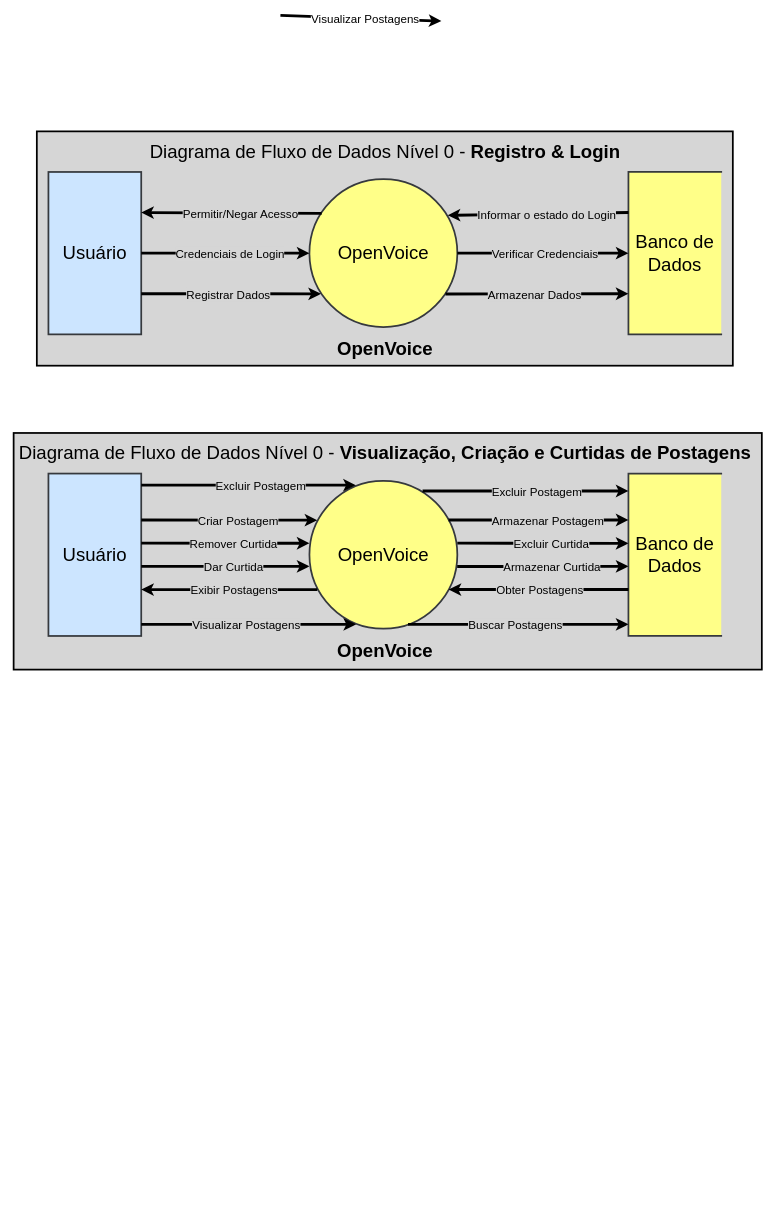
Before: misc/diagramas/Diagrama de Fluxo de Dados Nível 0.drawio in VerbalThree/OpenVoice, a draw.io diagram. Source tidied: cells renumbered, new cells numbered last; positions are measured from the earlier drawing's top-left corner, leaving out a move shared by most shapes. Both pictures are drawn from the tidied source at 58%, with x=0, y=0 at pixel (13, 15).
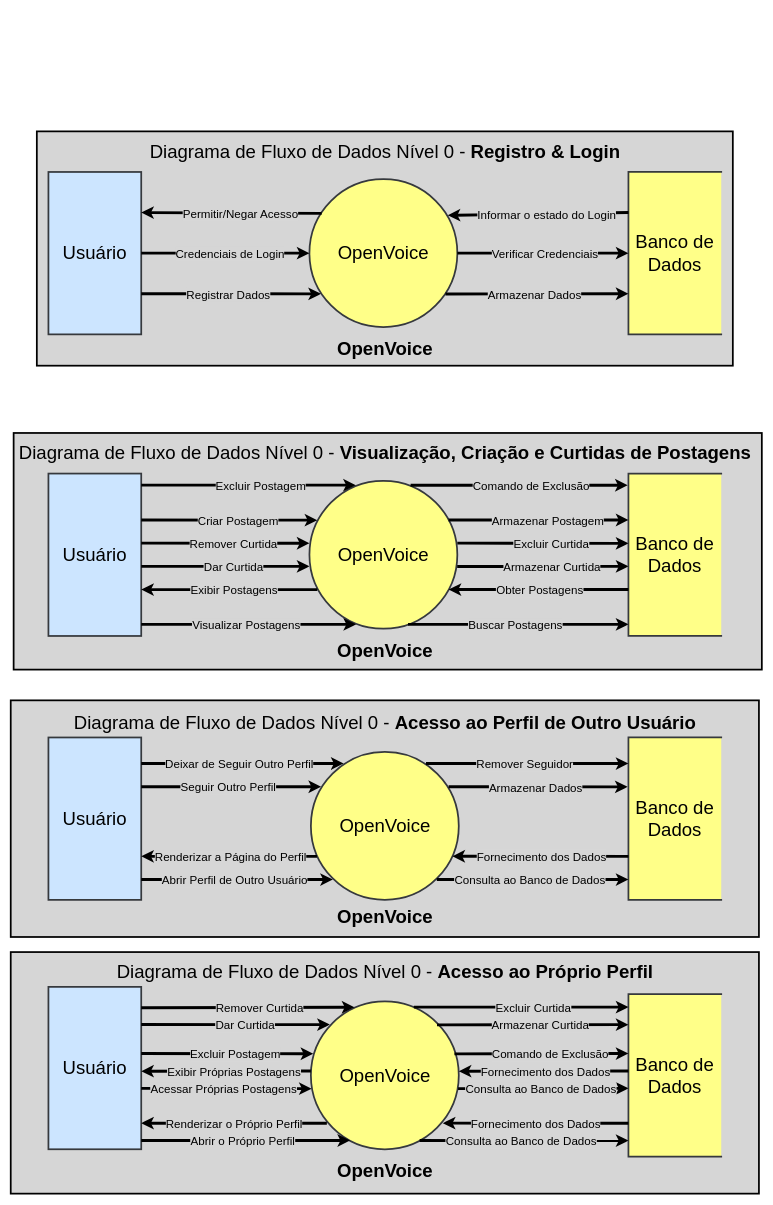
The same diagram, later.

The change refers to these unchanged cells:
```xml
<mxCell id="23" value="d" style="group;" parent="1" vertex="1">
  <mxGeometry x="40" y="720" width="1250" height="408" as="geometry" />
</mxCell>
<mxCell id="25" value="&lt;font style=&quot;font-size: 32px;&quot;&gt;OpenVoice&lt;br&gt;&lt;/font&gt;" style="ellipse;whiteSpace=wrap;html=1;strokeWidth=3;fillColor=#ffff88;strokeColor=#36393d;" parent="23" vertex="1">
  <mxGeometry x="470" y="82.5" width="255" height="255" as="geometry" />
</mxCell>
<mxCell id="27" value="&lt;font style=&quot;font-size: 32px;&quot;&gt;Banco de Dados&lt;br&gt;&lt;/font&gt;" style="html=1;dashed=0;whiteSpace=wrap;shape=partialRectangle;right=0;strokeWidth=3;fillColor=#ffff88;strokeColor=#36393d;" parent="23" vertex="1">
  <mxGeometry x="1020" y="70" width="160" height="280" as="geometry" />
</mxCell>
```

What changed in the source:
```diff
@@
-    <mxCell id="2" style="endArrow=classic;html=1;rounded=0;strokeWidth=5;endFill=1;exitX=1;exitY=0.688;exitDx=0;exitDy=0;exitPerimeter=0;entryX=0.025;entryY=0.675;entryDx=0;entryDy=0;entryPerimeter=0;" parent="1" edge="1">
-      <mxGeometry relative="1" as="geometry">
-        <mxPoint x="460" as="sourcePoint" />
-        <mxPoint x="737.5" y="9.9" as="targetPoint" />
-      </mxGeometry>
-    </mxCell>
-    <mxCell id="3" value="&lt;font style=&quot;font-size: 20px;&quot;&gt;Visualizar Postagens&lt;br&gt;&lt;/font&gt;" style="edgeLabel;html=1;align=center;verticalAlign=middle;" parent="2" vertex="1">
-      <mxGeometry x="0.05" y="1" relative="1" as="geometry" />
-    </mxCell>
@@
-    <mxCell id="52" style="endArrow=none;html=1;rounded=0;strokeWidth=5;endFill=0;startArrow=classic;startFill=1;entryX=0.765;entryY=0.069;entryDx=0;entryDy=0;entryPerimeter=0;" parent="23" edge="1" target="25">
-      <mxGeometry relative="1" as="geometry">
-        <mxPoint x="1020" y="100" as="sourcePoint" />
-      </mxGeometry>
+    <mxCell id="52" style="endArrow=none;html=1;rounded=0;strokeWidth=5;endFill=0;startArrow=classic;startFill=1;exitX=-0.008;exitY=0.072;exitDx=0;exitDy=0;exitPerimeter=0;entryX=0.684;entryY=0.03;entryDx=0;entryDy=0;entryPerimeter=0;" parent="23" edge="1" source="27" target="25">
+      <mxGeometry relative="1" as="geometry" />
     </mxCell>
-    <mxCell id="53" value="&lt;font style=&quot;font-size: 20px;&quot;&gt;Excluir Postagem&lt;br&gt;&lt;/font&gt;" style="edgeLabel;html=1;align=center;verticalAlign=middle;labelBackgroundColor=#d6d6d6;" parent="52" vertex="1">
+    <mxCell id="53" value="&lt;font style=&quot;font-size: 20px;&quot;&gt;Comando de Exclusão&lt;br&gt;&lt;/font&gt;" style="edgeLabel;html=1;align=center;verticalAlign=middle;labelBackgroundColor=#d6d6d6;" parent="52" vertex="1">
       <mxGeometry x="-0.16" relative="1" as="geometry">
         <mxPoint x="-10" as="offset" />
       </mxGeometry>
     </mxCell>
@@
+    <mxCell id="55" style="group;" parent="1" vertex="1">
+      <mxGeometry x="60" y="1245" width="1225" height="344" as="geometry" />
+    </mxCell>
+    <mxCell id="56" style="rounded=0;whiteSpace=wrap;html=1;font-weight:bold;strokeWidth=3;perimeterSpacing=0;fillColor=#D6D6D6;fillStyle=solid;" parent="55" vertex="1">
+      <mxGeometry x="-65" y="-64" width="1290" height="408" as="geometry" />
+    </mxCell>
+    <mxCell id="57" value="&lt;font style=&quot;font-size: 32px;&quot;&gt;OpenVoice&lt;br&gt;&lt;/font&gt;" style="ellipse;whiteSpace=wrap;html=1;strokeWidth=3;fillColor=#ffff88;strokeColor=#36393d;" parent="55" vertex="1">
+      <mxGeometry x="452.5" y="25" width="255" height="255" as="geometry" />
+    </mxCell>
+    <mxCell id="58" value="&lt;font style=&quot;font-size: 32px;&quot;&gt;Usuário&lt;/font&gt;" style="html=1;dashed=0;whiteSpace=wrap;strokeWidth=3;fillColor=#cce5ff;strokeColor=#36393d;" parent="55" vertex="1">
+      <mxGeometry width="160" height="280" as="geometry" />
+    </mxCell>
+    <mxCell id="59" value="&lt;font style=&quot;font-size: 32px;&quot;&gt;Banco de Dados&lt;br&gt;&lt;/font&gt;" style="html=1;dashed=0;whiteSpace=wrap;shape=partialRectangle;right=0;strokeWidth=3;fillColor=#ffff88;strokeColor=#36393d;" parent="55" vertex="1">
+      <mxGeometry x="1000" width="160" height="280" as="geometry" />
+    </mxCell>
+    <mxCell id="60" value="&amp;nbsp;" style="endArrow=classic;html=1;rounded=0;strokeWidth=5;startArrow=none;startFill=0;endFill=1;" parent="55" edge="1">
+      <mxGeometry relative="1" as="geometry">
+        <mxPoint x="160" y="245" as="sourcePoint" />
+        <mxPoint x="490.4" y="245" as="targetPoint" />
+      </mxGeometry>
+    </mxCell>
+    <mxCell id="61" value="&lt;font style=&quot;font-size: 20px;&quot;&gt;Abrir Perfil de Outro Usuário &lt;br&gt;&lt;/font&gt;" style="edgeLabel;html=1;align=center;verticalAlign=middle;labelBackgroundColor=#d6d6d6;" parent="60" vertex="1">
+      <mxGeometry x="-0.03" relative="1" as="geometry" />
+    </mxCell>
+    <mxCell id="62" value="&amp;nbsp;" style="endArrow=classic;html=1;rounded=0;strokeWidth=5;startArrow=none;startFill=0;endFill=1;" parent="55" edge="1">
+      <mxGeometry relative="1" as="geometry">
+        <mxPoint x="669.6" y="245" as="sourcePoint" />
+        <mxPoint x="1000" y="245" as="targetPoint" />
+      </mxGeometry>
+    </mxCell>
+    <mxCell id="63" value="&lt;font style=&quot;font-size: 20px;&quot;&gt;Consulta ao Banco de Dados&lt;br&gt;&lt;/font&gt;" style="edgeLabel;html=1;align=center;verticalAlign=middle;labelBackgroundColor=#d6d6d6;" parent="62" vertex="1">
+      <mxGeometry x="-0.03" relative="1" as="geometry" />
+    </mxCell>
+    <mxCell id="64" value="&amp;nbsp;" style="endArrow=none;html=1;rounded=0;strokeWidth=5;endFill=0;startArrow=classic;startFill=1;exitX=0.957;exitY=0.705;exitDx=0;exitDy=0;exitPerimeter=0;" parent="55" edge="1" source="57">
+      <mxGeometry relative="1" as="geometry">
+        <mxPoint x="1000" y="205" as="targetPoint" />
+      </mxGeometry>
+    </mxCell>
+    <mxCell id="65" value="&lt;font style=&quot;font-size: 20px;&quot;&gt;Fornecimento dos Dados&lt;br&gt;&lt;/font&gt;" style="edgeLabel;html=1;align=center;verticalAlign=middle;labelBackgroundColor=#d6d6d6;" parent="64" vertex="1">
+      <mxGeometry x="-0.16" relative="1" as="geometry">
+        <mxPoint x="26" as="offset" />
+      </mxGeometry>
+    </mxCell>
+    <mxCell id="66" value="&amp;nbsp;" style="endArrow=none;html=1;rounded=0;strokeWidth=5;endFill=0;startArrow=classic;startFill=1;exitX=0.957;exitY=0.705;exitDx=0;exitDy=0;exitPerimeter=0;" parent="55" edge="1">
+      <mxGeometry relative="1" as="geometry">
+        <mxPoint x="160" y="205" as="sourcePoint" />
+        <mxPoint x="463" y="205" as="targetPoint" />
+      </mxGeometry>
+    </mxCell>
+    <mxCell id="67" value="&lt;font style=&quot;font-size: 20px;&quot;&gt;Renderizar a Página do Perfil&lt;br&gt;&lt;/font&gt;" style="edgeLabel;html=1;align=center;verticalAlign=middle;labelBackgroundColor=#d6d6d6;" parent="66" vertex="1">
+      <mxGeometry x="-0.16" relative="1" as="geometry">
+        <mxPoint x="26" as="offset" />
+      </mxGeometry>
+    </mxCell>
+    <mxCell id="68" value="&amp;nbsp;" style="endArrow=classic;html=1;rounded=0;strokeWidth=5;startArrow=none;startFill=0;endFill=1;entryX=0.069;entryY=0.235;entryDx=0;entryDy=0;entryPerimeter=0;" parent="55" edge="1" target="57">
+      <mxGeometry relative="1" as="geometry">
+        <mxPoint x="160" y="85" as="sourcePoint" />
+      </mxGeometry>
+    </mxCell>
+    <mxCell id="69" value="&lt;font style=&quot;font-size: 20px;&quot;&gt;Seguir Outro Perfil&lt;br&gt;&lt;/font&gt;" style="edgeLabel;html=1;align=center;verticalAlign=middle;labelBackgroundColor=#d6d6d6;" parent="68" vertex="1">
+      <mxGeometry x="-0.03" relative="1" as="geometry" />
+    </mxCell>
+    <mxCell id="70" value="&amp;nbsp;" style="endArrow=classic;html=1;rounded=0;strokeWidth=5;startArrow=none;startFill=0;endFill=1;entryX=-0.009;entryY=0.304;entryDx=0;entryDy=0;entryPerimeter=0;" parent="55" edge="1" target="59">
+      <mxGeometry relative="1" as="geometry">
+        <mxPoint x="690" y="85" as="sourcePoint" />
+      </mxGeometry>
+    </mxCell>
+    <mxCell id="71" value="&lt;font style=&quot;font-size: 20px;&quot;&gt;Armazenar Dados&lt;br&gt;&lt;/font&gt;" style="edgeLabel;html=1;align=center;verticalAlign=middle;labelBackgroundColor=#d6d6d6;" parent="70" vertex="1">
+      <mxGeometry x="-0.03" relative="1" as="geometry" />
+    </mxCell>
+    <mxCell id="72" value="&amp;nbsp;" style="endArrow=classic;html=1;rounded=0;strokeWidth=5;startArrow=none;startFill=0;endFill=1;entryX=0.221;entryY=0.078;entryDx=0;entryDy=0;entryPerimeter=0;" parent="55" edge="1" target="57">
+      <mxGeometry relative="1" as="geometry">
+        <mxPoint x="160" y="45" as="sourcePoint" />
+      </mxGeometry>
+    </mxCell>
+    <mxCell id="73" value="&lt;font style=&quot;font-size: 20px;&quot;&gt;Deixar de Seguir Outro Perfil&lt;br&gt;&lt;/font&gt;" style="edgeLabel;html=1;align=center;verticalAlign=middle;labelBackgroundColor=#d6d6d6;" parent="72" vertex="1">
+      <mxGeometry x="-0.03" relative="1" as="geometry" />
+    </mxCell>
+    <mxCell id="74" value="&amp;nbsp;" style="endArrow=classic;html=1;rounded=0;strokeWidth=5;startArrow=none;startFill=0;endFill=1;entryX=0.221;entryY=0.078;entryDx=0;entryDy=0;entryPerimeter=0;" parent="55" edge="1">
+      <mxGeometry relative="1" as="geometry">
+        <mxPoint x="651" y="45" as="sourcePoint" />
+        <mxPoint x="1000" y="45" as="targetPoint" />
+      </mxGeometry>
+    </mxCell>
+    <mxCell id="75" value="&lt;font style=&quot;font-size: 20px;&quot;&gt;Remover Seguidor&lt;br&gt;&lt;/font&gt;" style="edgeLabel;html=1;align=center;verticalAlign=middle;labelBackgroundColor=#d6d6d6;" parent="74" vertex="1">
+      <mxGeometry x="-0.03" relative="1" as="geometry" />
+    </mxCell>
+    <mxCell id="76" value="&lt;b&gt;&lt;font style=&quot;font-size: 32px;&quot;&gt;OpenVoice&lt;/font&gt;&lt;/b&gt;" style="text;html=1;align=center;verticalAlign=middle;strokeColor=none;fillColor=none;" parent="55" vertex="1">
+      <mxGeometry x="485" y="285" width="190" height="50" as="geometry" />
+    </mxCell>
+    <mxCell id="77" value="&lt;font style=&quot;font-size: 32px;&quot;&gt;Diagrama de Fluxo de Dados Nível 0 - &lt;b&gt;Acesso ao Perfil de Outro Usuário&lt;br&gt;&lt;/b&gt;&lt;/font&gt;" style="text;html=1;align=center;verticalAlign=middle;strokeColor=none;fillColor=none;" parent="1" vertex="1">
+      <mxGeometry x="95" y="1195" width="1090" height="50" as="geometry" />
+    </mxCell>
+    <mxCell id="78" style="group;" parent="1" vertex="1">
+      <mxGeometry x="60" y="1675" width="1225" height="356.5" as="geometry" />
+    </mxCell>
+    <mxCell id="79" style="rounded=0;whiteSpace=wrap;html=1;font-weight:bold;strokeWidth=3;perimeterSpacing=0;fillColor=#D6D6D6;fillStyle=solid;" parent="78" vertex="1">
+      <mxGeometry x="-65" y="-60" width="1290" height="416.5" as="geometry" />
+    </mxCell>
+    <mxCell id="80" value="&lt;font style=&quot;font-size: 32px;&quot;&gt;OpenVoice&lt;br&gt;&lt;/font&gt;" style="ellipse;whiteSpace=wrap;html=1;strokeWidth=3;fillColor=#ffff88;strokeColor=#36393d;" parent="78" vertex="1">
+      <mxGeometry x="452.5" y="25" width="255" height="255" as="geometry" />
+    </mxCell>
+    <mxCell id="81" value="&lt;font style=&quot;font-size: 32px;&quot;&gt;Usuário&lt;/font&gt;" style="html=1;dashed=0;whiteSpace=wrap;strokeWidth=3;fillColor=#cce5ff;strokeColor=#36393d;" parent="78" vertex="1">
+      <mxGeometry width="160" height="280" as="geometry" />
+    </mxCell>
+    <mxCell id="82" value="&lt;font style=&quot;font-size: 32px;&quot;&gt;Banco de Dados&lt;br&gt;&lt;/font&gt;" style="html=1;dashed=0;whiteSpace=wrap;shape=partialRectangle;right=0;strokeWidth=3;fillColor=#ffff88;strokeColor=#36393d;" parent="78" vertex="1">
+      <mxGeometry x="1000" y="12.5" width="160" height="280" as="geometry" />
+    </mxCell>
+    <mxCell id="83" value="&amp;nbsp;" style="endArrow=classic;html=1;rounded=0;strokeWidth=5;startArrow=none;startFill=0;endFill=1;entryX=0.265;entryY=0.941;entryDx=0;entryDy=0;entryPerimeter=0;" parent="78" edge="1" target="80">
+      <mxGeometry relative="1" as="geometry">
+        <mxPoint x="160" y="265" as="sourcePoint" />
+      </mxGeometry>
+    </mxCell>
+    <mxCell id="84" value="&lt;font style=&quot;font-size: 20px;&quot;&gt;Abrir o Próprio Perfil&lt;br&gt;&lt;/font&gt;" style="edgeLabel;html=1;align=center;verticalAlign=middle;labelBackgroundColor=#d6d6d6;" parent="83" vertex="1">
+      <mxGeometry x="-0.03" relative="1" as="geometry" />
+    </mxCell>
+    <mxCell id="85" value="&amp;nbsp;" style="endArrow=classic;html=1;rounded=0;strokeWidth=5;startArrow=none;startFill=0;endFill=1;entryX=0;entryY=0.902;entryDx=0;entryDy=0;entryPerimeter=0;" parent="78" edge="1" target="82">
+      <mxGeometry relative="1" as="geometry">
+        <mxPoint x="640" y="265" as="sourcePoint" />
+      </mxGeometry>
+    </mxCell>
+    <mxCell id="86" value="&lt;font style=&quot;font-size: 20px;&quot;&gt;Consulta ao Banco de Dados&lt;br&gt;&lt;/font&gt;" style="edgeLabel;html=1;align=center;verticalAlign=middle;labelBackgroundColor=#d6d6d6;" parent="85" vertex="1">
+      <mxGeometry x="-0.03" relative="1" as="geometry" />
+    </mxCell>
+    <mxCell id="87" value="&amp;nbsp;" style="endArrow=none;html=1;rounded=0;strokeWidth=5;endFill=0;startArrow=classic;startFill=1;exitX=0.931;exitY=0.745;exitDx=0;exitDy=0;exitPerimeter=0;entryX=0;entryY=0.795;entryDx=0;entryDy=0;entryPerimeter=0;" parent="78" edge="1" target="82">
+      <mxGeometry relative="1" as="geometry">
+        <mxPoint x="680" y="235" as="sourcePoint" />
+      </mxGeometry>
+    </mxCell>
+    <mxCell id="88" value="&lt;font style=&quot;font-size: 20px;&quot;&gt;Fornecimento dos Dados&lt;br&gt;&lt;/font&gt;" style="edgeLabel;html=1;align=center;verticalAlign=middle;labelBackgroundColor=#d6d6d6;" parent="87" vertex="1">
+      <mxGeometry x="-0.16" relative="1" as="geometry">
+        <mxPoint x="26" as="offset" />
+      </mxGeometry>
+    </mxCell>
+    <mxCell id="89" value="&amp;nbsp;" style="endArrow=none;html=1;rounded=0;strokeWidth=5;endFill=0;startArrow=classic;startFill=1;exitX=0.957;exitY=0.705;exitDx=0;exitDy=0;exitPerimeter=0;entryX=0.108;entryY=0.824;entryDx=0;entryDy=0;entryPerimeter=0;" parent="78" edge="1" target="80">
+      <mxGeometry relative="1" as="geometry">
+        <mxPoint x="160" y="235" as="sourcePoint" />
+      </mxGeometry>
+    </mxCell>
+    <mxCell id="90" value="&lt;font style=&quot;font-size: 20px;&quot;&gt;Renderizar o Próprio Perfil&lt;br&gt;&lt;/font&gt;" style="edgeLabel;html=1;align=center;verticalAlign=middle;labelBackgroundColor=#d6d6d6;" parent="89" vertex="1">
+      <mxGeometry x="-0.16" relative="1" as="geometry">
+        <mxPoint x="26" as="offset" />
+      </mxGeometry>
+    </mxCell>
+    <mxCell id="91" value="&amp;nbsp;" style="endArrow=classic;html=1;rounded=0;strokeWidth=5;startArrow=none;startFill=0;endFill=1;entryX=0.005;entryY=0.59;entryDx=0;entryDy=0;entryPerimeter=0;" parent="78" edge="1" target="80">
+      <mxGeometry relative="1" as="geometry">
+        <mxPoint x="160" y="175" as="sourcePoint" />
+      </mxGeometry>
+    </mxCell>
+    <mxCell id="92" value="&lt;font style=&quot;font-size: 20px;&quot;&gt;Acessar Próprias Postagens&lt;br&gt;&lt;/font&gt;" style="edgeLabel;html=1;align=center;verticalAlign=middle;labelBackgroundColor=#d6d6d6;" parent="91" vertex="1">
+      <mxGeometry x="-0.03" relative="1" as="geometry" />
+    </mxCell>
+    <mxCell id="93" value="&amp;nbsp;" style="endArrow=classic;html=1;rounded=0;strokeWidth=5;startArrow=none;startFill=0;endFill=1;exitX=0.995;exitY=0.59;exitDx=0;exitDy=0;exitPerimeter=0;" parent="78" edge="1" source="80">
+      <mxGeometry relative="1" as="geometry">
+        <mxPoint x="1000" y="175" as="targetPoint" />
+      </mxGeometry>
+    </mxCell>
+    <mxCell id="94" value="&lt;font style=&quot;font-size: 20px;&quot;&gt;Consulta ao Banco de Dados&lt;br&gt;&lt;/font&gt;" style="edgeLabel;html=1;align=center;verticalAlign=middle;labelBackgroundColor=#d6d6d6;" parent="93" vertex="1">
+      <mxGeometry x="-0.03" relative="1" as="geometry" />
+    </mxCell>
+    <mxCell id="95" value="&amp;nbsp;" style="endArrow=none;html=1;rounded=0;strokeWidth=5;endFill=0;startArrow=classic;startFill=1;exitX=1;exitY=0.5;exitDx=0;exitDy=0;" parent="78" edge="1">
+      <mxGeometry relative="1" as="geometry">
+        <mxPoint x="707.5" y="145.4" as="sourcePoint" />
+        <mxPoint x="1000" y="145" as="targetPoint" />
+      </mxGeometry>
+    </mxCell>
+    <mxCell id="96" value="&lt;font style=&quot;font-size: 20px;&quot;&gt;Fornecimento dos Dados&lt;br&gt;&lt;/font&gt;" style="edgeLabel;html=1;align=center;verticalAlign=middle;labelBackgroundColor=#d6d6d6;" parent="95" vertex="1">
+      <mxGeometry x="-0.16" relative="1" as="geometry">
+        <mxPoint x="26" as="offset" />
+      </mxGeometry>
+    </mxCell>
+    <mxCell id="97" value="&amp;nbsp;" style="endArrow=none;html=1;rounded=0;strokeWidth=5;endFill=0;startArrow=classic;startFill=1;exitX=1;exitY=0.5;exitDx=0;exitDy=0;" parent="78" edge="1">
+      <mxGeometry relative="1" as="geometry">
+        <mxPoint x="160" y="145.4" as="sourcePoint" />
+        <mxPoint x="452.5" y="145" as="targetPoint" />
+      </mxGeometry>
+    </mxCell>
+    <mxCell id="98" value="&lt;font style=&quot;font-size: 20px;&quot;&gt;Exibir Próprias Postagens&lt;br&gt;&lt;/font&gt;" style="edgeLabel;html=1;align=center;verticalAlign=middle;labelBackgroundColor=#d6d6d6;" parent="97" vertex="1">
+      <mxGeometry x="-0.16" relative="1" as="geometry">
+        <mxPoint x="37" as="offset" />
+      </mxGeometry>
+    </mxCell>
+    <mxCell id="99" style="endArrow=none;html=1;rounded=0;strokeWidth=5;endFill=0;startArrow=classic;startFill=1;exitX=0.016;exitY=0.354;exitDx=0;exitDy=0;exitPerimeter=0;" parent="78" edge="1" source="80">
+      <mxGeometry relative="1" as="geometry">
+        <mxPoint x="160" y="115" as="targetPoint" />
+      </mxGeometry>
+    </mxCell>
+    <mxCell id="100" value="&lt;font style=&quot;font-size: 20px;&quot;&gt;Excluir Postagem&lt;br&gt;&lt;/font&gt;" style="edgeLabel;html=1;align=center;verticalAlign=middle;labelBackgroundColor=#d6d6d6;" parent="99" vertex="1">
+      <mxGeometry x="-0.16" relative="1" as="geometry">
+        <mxPoint x="-10" as="offset" />
+      </mxGeometry>
+    </mxCell>
+    <mxCell id="101" style="endArrow=none;html=1;rounded=0;strokeWidth=5;endFill=0;startArrow=classic;startFill=1;entryX=0.99;entryY=0.394;entryDx=0;entryDy=0;entryPerimeter=0;exitX=0;exitY=0.366;exitDx=0;exitDy=0;exitPerimeter=0;" parent="78" edge="1" source="82">
+      <mxGeometry relative="1" as="geometry">
+        <mxPoint x="700" y="115.5" as="targetPoint" />
+      </mxGeometry>
+    </mxCell>
+    <mxCell id="102" value="&lt;font style=&quot;font-size: 20px;&quot;&gt;Comando de Exclusão&lt;br&gt;&lt;/font&gt;" style="edgeLabel;html=1;align=center;verticalAlign=middle;labelBackgroundColor=#d6d6d6;" parent="101" vertex="1">
+      <mxGeometry x="-0.16" relative="1" as="geometry">
+        <mxPoint x="-10" as="offset" />
+      </mxGeometry>
+    </mxCell>
+    <mxCell id="103" style="endArrow=none;html=1;rounded=0;strokeWidth=5;endFill=0;startArrow=classic;startFill=1;exitX=0.128;exitY=0.157;exitDx=0;exitDy=0;exitPerimeter=0;" parent="78" edge="1" source="80">
+      <mxGeometry relative="1" as="geometry">
+        <mxPoint x="160" y="65" as="targetPoint" />
+      </mxGeometry>
+    </mxCell>
+    <mxCell id="104" value="&lt;font style=&quot;font-size: 20px;&quot;&gt;Dar Curtida&lt;br&gt;&lt;/font&gt;" style="edgeLabel;html=1;align=center;verticalAlign=middle;labelBackgroundColor=#d6d6d6;" parent="103" vertex="1">
+      <mxGeometry x="-0.16" relative="1" as="geometry">
+        <mxPoint x="-10" as="offset" />
+      </mxGeometry>
+    </mxCell>
+    <mxCell id="105" style="endArrow=classic;html=1;rounded=0;strokeWidth=5;endFill=1;startArrow=none;startFill=0;entryX=0;entryY=0.188;entryDx=0;entryDy=0;entryPerimeter=0;exitX=0.95;exitY=0.277;exitDx=0;exitDy=0;exitPerimeter=0;" parent="78" edge="1" target="82">
+      <mxGeometry relative="1" as="geometry">
+        <mxPoint x="670" y="65.5" as="sourcePoint" />
+      </mxGeometry>
+    </mxCell>
+    <mxCell id="106" value="&lt;font style=&quot;font-size: 20px;&quot;&gt;Armazenar Curtida&lt;br&gt;&lt;/font&gt;" style="edgeLabel;html=1;align=center;verticalAlign=middle;labelBackgroundColor=#d6d6d6;" parent="105" vertex="1">
+      <mxGeometry x="-0.16" relative="1" as="geometry">
+        <mxPoint x="39" as="offset" />
+      </mxGeometry>
+    </mxCell>
+    <mxCell id="107" style="endArrow=none;html=1;rounded=0;strokeWidth=5;endFill=0;startArrow=classic;startFill=1;exitX=0.304;exitY=0.039;exitDx=0;exitDy=0;exitPerimeter=0;" parent="78" edge="1">
+      <mxGeometry relative="1" as="geometry">
+        <mxPoint x="527.5" y="35" as="sourcePoint" />
+        <mxPoint x="160" y="36" as="targetPoint" />
+      </mxGeometry>
+    </mxCell>
+    <mxCell id="108" value="&lt;font style=&quot;font-size: 20px;&quot;&gt;Remover Curtida&lt;br&gt;&lt;/font&gt;" style="edgeLabel;html=1;align=center;verticalAlign=middle;labelBackgroundColor=#d6d6d6;" parent="107" vertex="1">
+      <mxGeometry x="-0.16" relative="1" as="geometry">
+        <mxPoint x="-10" as="offset" />
+      </mxGeometry>
+    </mxCell>
+    <mxCell id="109" style="endArrow=none;html=1;rounded=0;strokeWidth=5;endFill=0;startArrow=classic;startFill=1;exitX=0;exitY=0.08;exitDx=0;exitDy=0;exitPerimeter=0;" parent="78" edge="1" source="82">
+      <mxGeometry relative="1" as="geometry">
+        <mxPoint x="630" y="35" as="targetPoint" />
+      </mxGeometry>
+    </mxCell>
+    <mxCell id="110" value="&lt;font style=&quot;font-size: 20px;&quot;&gt;Excluir&lt;/font&gt;&lt;font style=&quot;font-size: 20px;&quot;&gt; Curtida&lt;br&gt;&lt;/font&gt;" style="edgeLabel;html=1;align=center;verticalAlign=middle;labelBackgroundColor=#d6d6d6;" parent="109" vertex="1">
+      <mxGeometry x="-0.16" relative="1" as="geometry">
+        <mxPoint x="-10" as="offset" />
+      </mxGeometry>
+    </mxCell>
+    <mxCell id="111" value="&lt;b&gt;&lt;font style=&quot;font-size: 32px;&quot;&gt;OpenVoice&lt;/font&gt;&lt;/b&gt;" style="text;html=1;align=center;verticalAlign=middle;strokeColor=none;fillColor=none;" parent="78" vertex="1">
+      <mxGeometry x="485" y="292.5" width="190" height="50" as="geometry" />
+    </mxCell>
+    <mxCell id="112" value="&lt;font style=&quot;font-size: 32px;&quot;&gt;Diagrama de Fluxo de Dados Nível 0 - &lt;b&gt;Acesso ao Próprio Perfil&lt;br&gt;&lt;/b&gt;&lt;/font&gt;" style="text;html=1;align=center;verticalAlign=middle;strokeColor=none;fillColor=none;" parent="1" vertex="1">
+      <mxGeometry x="170" y="1625" width="940" height="50" as="geometry" />
+    </mxCell>
```
